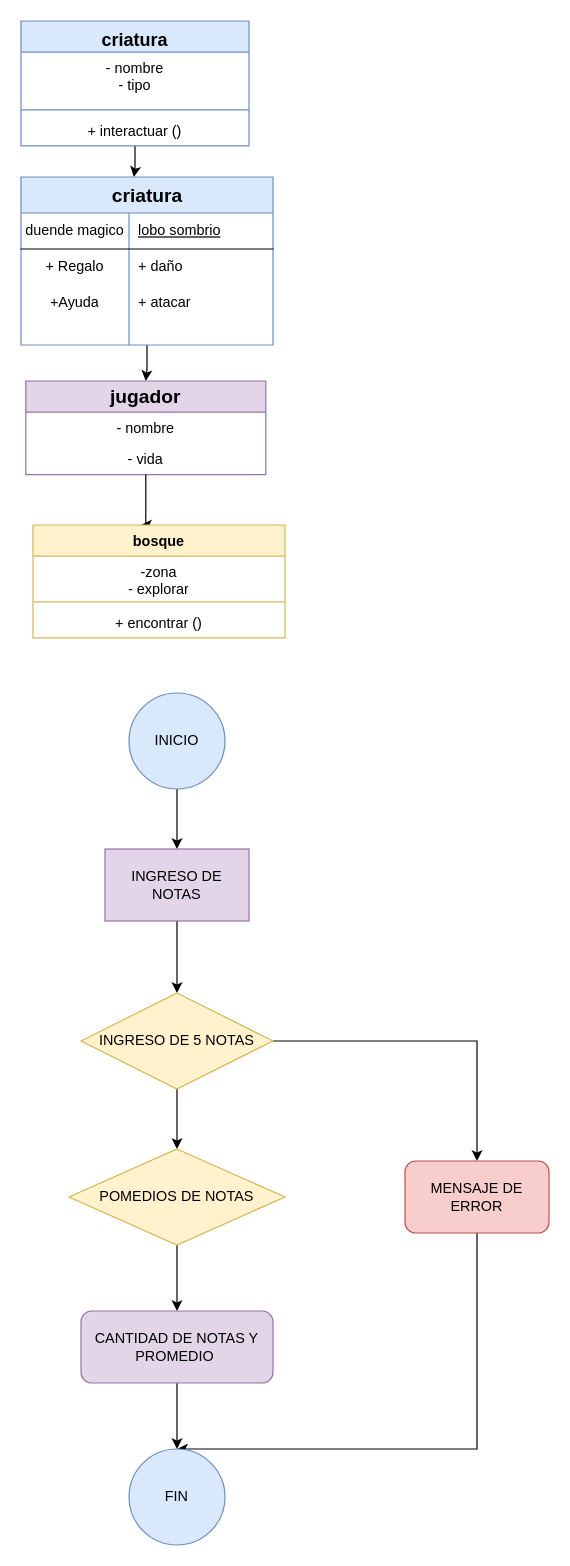
The draw.io diagram diagrama de clase parcial.drawio in kevinramirez0298/taller2_algoritmo1, before the edit. Source tidied: cells renumbered, new cells numbered last; positions are measured from the earlier drawing's top-left corner, leaving out a move shared by most shapes. Both pictures are drawn from the tidied source at 120%, with x=0, y=0 at pixel (20, 20).
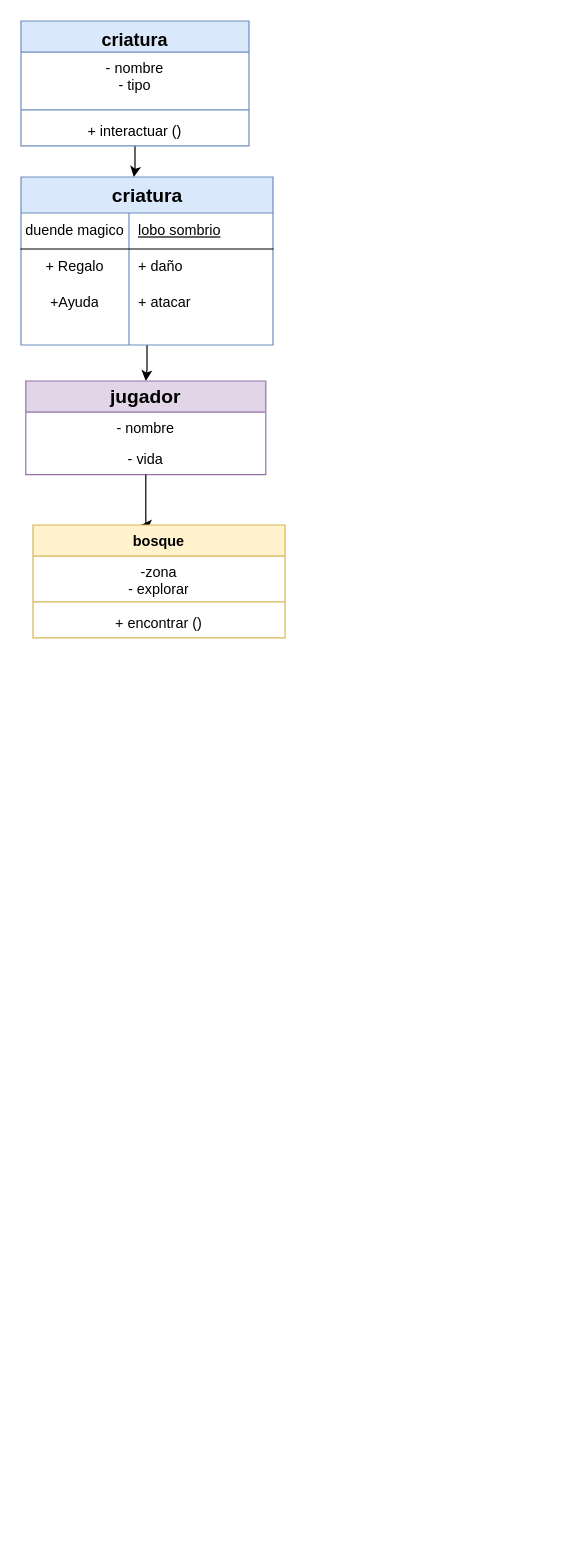
The same page after the edit.

Change to the diagram source:
```diff
@@
-    <mxCell id="29" style="edgeStyle=orthogonalEdgeStyle;rounded=0;jettySize=auto;html=1;entryX=0.5;entryY=0;entryDx=0;entryDy=0;" parent="1" edge="1" source="30" target="32">
-      <mxGeometry relative="1" as="geometry" />
-    </mxCell>
-    <mxCell id="30" value="INICIO" style="ellipse;whiteSpace=wrap;html=1;fillColor=#dae8fc;strokeColor=#6c8ebf;" parent="1" vertex="1">
-      <mxGeometry x="90" y="560" width="80" height="80" as="geometry" />
-    </mxCell>
-    <mxCell id="31" style="edgeStyle=orthogonalEdgeStyle;rounded=0;jettySize=auto;html=1;entryX=0.5;entryY=0;entryDx=0;entryDy=0;" parent="1" edge="1" source="32" target="35">
-      <mxGeometry relative="1" as="geometry" />
-    </mxCell>
-    <mxCell id="32" value="INGRESO DE NOTAS" style="rounded=0;whiteSpace=wrap;html=1;fillColor=#e1d5e7;strokeColor=#9673a6;" parent="1" vertex="1">
-      <mxGeometry x="70" y="690" width="120" height="60" as="geometry" />
-    </mxCell>
-    <mxCell id="33" style="edgeStyle=orthogonalEdgeStyle;rounded=0;jettySize=auto;html=1;entryX=0.5;entryY=0;entryDx=0;entryDy=0;" parent="1" edge="1" source="35" target="39">
-      <mxGeometry relative="1" as="geometry" />
-    </mxCell>
-    <mxCell id="34" style="edgeStyle=orthogonalEdgeStyle;rounded=0;jettySize=auto;html=1;entryX=0.5;entryY=0;entryDx=0;entryDy=0;" parent="1" edge="1" source="35" target="37">
-      <mxGeometry relative="1" as="geometry" />
-    </mxCell>
-    <mxCell id="35" value="INGRESO DE 5 NOTAS" style="rhombus;whiteSpace=wrap;html=1;fillColor=#fff2cc;strokeColor=#d6b656;" parent="1" vertex="1">
-      <mxGeometry x="50" y="810" width="160" height="80" as="geometry" />
-    </mxCell>
-    <mxCell id="36" style="edgeStyle=orthogonalEdgeStyle;rounded=0;jettySize=auto;html=1;entryX=0.5;entryY=0;entryDx=0;entryDy=0;" parent="1" edge="1" source="37" target="41">
-      <mxGeometry relative="1" as="geometry" />
-    </mxCell>
-    <mxCell id="37" value="POMEDIOS DE NOTAS" style="rhombus;whiteSpace=wrap;html=1;fillColor=#fff2cc;strokeColor=#d6b656;" parent="1" vertex="1">
-      <mxGeometry x="40" y="940" width="180" height="80" as="geometry" />
-    </mxCell>
-    <mxCell id="38" style="edgeStyle=orthogonalEdgeStyle;rounded=0;jettySize=auto;html=1;entryX=0.5;entryY=0;entryDx=0;entryDy=0;" parent="1" edge="1" source="39" target="42">
-      <mxGeometry relative="1" as="geometry">
-        <Array as="points">
-          <mxPoint x="380" y="1190" />
-        </Array>
-      </mxGeometry>
-    </mxCell>
-    <mxCell id="39" value="MENSAJE DE ERROR" style="rounded=1;whiteSpace=wrap;html=1;fillColor=#f8cecc;strokeColor=#b85450;" parent="1" vertex="1">
-      <mxGeometry x="320" y="950" width="120" height="60" as="geometry" />
-    </mxCell>
-    <mxCell id="40" style="edgeStyle=orthogonalEdgeStyle;rounded=0;jettySize=auto;html=1;entryX=0.5;entryY=0;entryDx=0;entryDy=0;" parent="1" edge="1" source="41" target="42">
-      <mxGeometry relative="1" as="geometry" />
-    </mxCell>
-    <mxCell id="41" value="CANTIDAD DE NOTAS Y PROMEDIO&amp;nbsp;" style="rounded=1;whiteSpace=wrap;html=1;fillColor=#e1d5e7;strokeColor=#9673a6;" parent="1" vertex="1">
-      <mxGeometry x="50" y="1075" width="160" height="60" as="geometry" />
-    </mxCell>
-    <mxCell id="42" value="FIN" style="ellipse;whiteSpace=wrap;html=1;fillColor=#dae8fc;strokeColor=#6c8ebf;" parent="1" vertex="1">
-      <mxGeometry x="90" y="1190" width="80" height="80" as="geometry" />
-    </mxCell>
```
